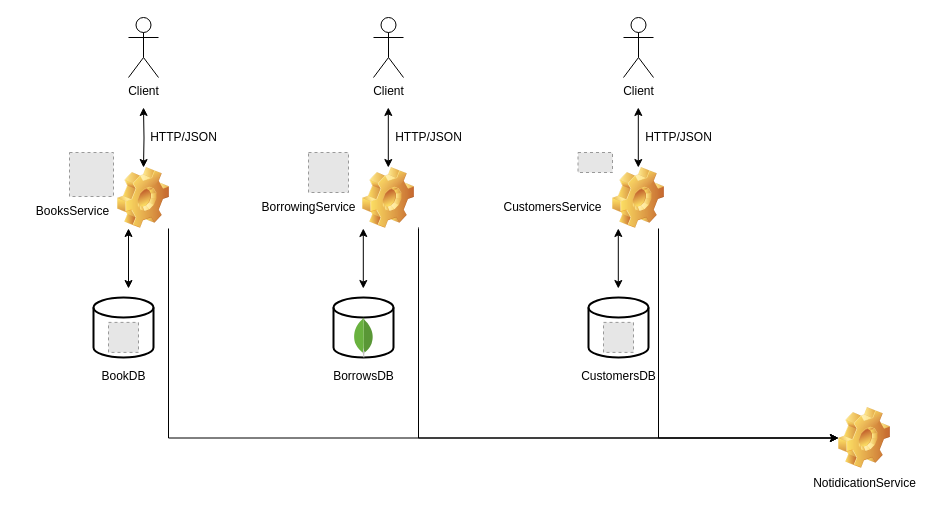
Before: architettura.drawio in pabalaba/ITS_ICT_Microservices, a draw.io diagram. Source tidied: cells renumbered, new cells numbered last; positions are measured from the earlier drawing's top-left corner, leaving out a move shared by most shapes. Both pictures are drawn from the tidied source at 100%, with x=0, y=0 at pixel (22, 17). Pictures stored in the file or linked from it are replaced by grey dashed boxes.
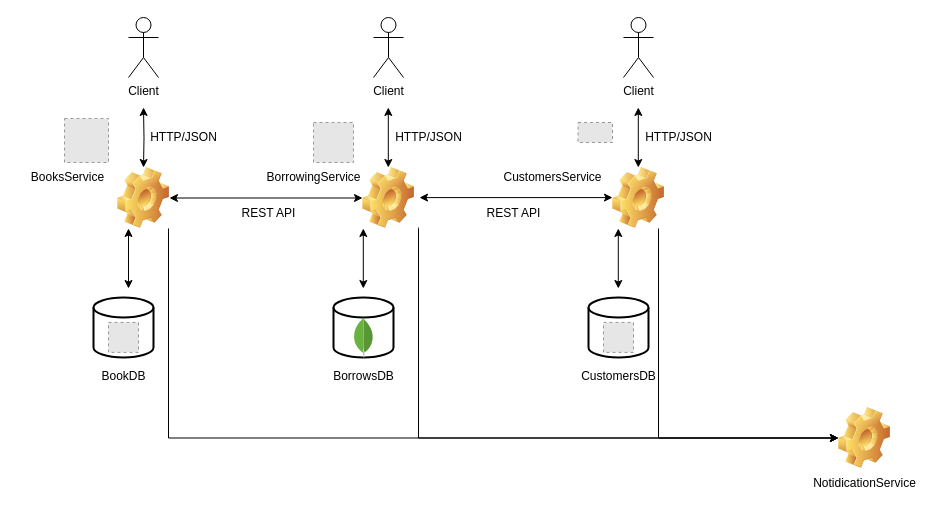
Above is the later version.

Commit message:
Added REST API communication

Unchanged cells that the change refers to:
```xml
<mxCell id="7" style="shape=image;html=1;verticalLabelPosition=bottom;verticalAlign=top;imageAspect=1;image=img/clipart/Gear_128x128.png;" parent="1" vertex="1">
  <mxGeometry x="95" y="150" width="52" height="61" as="geometry" />
</mxCell>
<mxCell id="8" style="shape=image;html=1;verticalLabelPosition=bottom;verticalAlign=top;imageAspect=1;image=img/clipart/Gear_128x128.png;" parent="1" vertex="1">
  <mxGeometry x="340" y="150" width="52" height="61" as="geometry" />
</mxCell>
```

Change to the diagram source:
```diff
@@
+    <mxCell id="37" style="edgeStyle=orthogonalEdgeStyle;rounded=0;jettySize=auto;html=1;entryX=0;entryY=0.5;entryDx=0;entryDy=0;startArrow=classic;startFill=1;" parent="1" edge="1" source="7" target="8">
+      <mxGeometry relative="1" as="geometry" />
+    </mxCell>
@@
     <mxCell id="26" style="fillColor=#E6E6E6;strokeColor=#999999;dashed=1;html=1;verticalAlign=top;verticalLabelPosition=bottom;labelBackgroundColor=#ffffff;" parent="1" vertex="1">
-      <mxGeometry x="47" y="135" width="44" height="44" as="geometry" />
+      <mxGeometry x="42" y="101" width="44" height="44" as="geometry" />
     </mxCell>
     <mxCell id="27" style="fillColor=#E6E6E6;strokeColor=#999999;dashed=1;verticalLabelPosition=bottom;labelBackgroundColor=default;verticalAlign=top;" parent="1" vertex="1">
-      <mxGeometry x="286" y="135" width="40" height="40" as="geometry" />
+      <mxGeometry x="291" y="105" width="40" height="40" as="geometry" />
     </mxCell>
     <mxCell id="28" style="fillColor=#E6E6E6;strokeColor=#999999;dashed=1;verticalLabelPosition=bottom;labelBackgroundColor=default;verticalAlign=top;" parent="1" vertex="1">
-      <mxGeometry x="555.5" y="135" width="34.5" height="20" as="geometry" />
+      <mxGeometry x="555.5" y="105" width="34.5" height="20" as="geometry" />
     </mxCell>
@@
     <mxCell id="31" value="BooksService" style="text;html=1;align=center;verticalAlign=middle;strokeColor=none;fillColor=none;" parent="1" vertex="1">
-      <mxGeometry y="179" width="100" height="30" as="geometry" />
+      <mxGeometry x="-5" y="145" width="100" height="30" as="geometry" />
     </mxCell>
     <mxCell id="32" value="BorrowingService" style="text;html=1;align=center;verticalAlign=middle;strokeColor=none;fillColor=none;" parent="1" vertex="1">
-      <mxGeometry x="226" y="175" width="120" height="30" as="geometry" />
+      <mxGeometry x="231" y="145" width="120" height="30" as="geometry" />
     </mxCell>
     <mxCell id="33" value="CustomersService" style="text;html=1;align=center;verticalAlign=middle;strokeColor=none;fillColor=none;" parent="1" vertex="1">
-      <mxGeometry x="470" y="175" width="120" height="30" as="geometry" />
+      <mxGeometry x="470" y="145" width="120" height="30" as="geometry" />
     </mxCell>
@@
+    <mxCell id="38" style="edgeStyle=orthogonalEdgeStyle;rounded=0;orthogonalLoop=1;jettySize=auto;html=1;entryX=0;entryY=0.5;entryDx=0;entryDy=0;startArrow=classic;startFill=1;" parent="1" edge="1">
+      <mxGeometry relative="1" as="geometry">
+        <mxPoint x="397" y="180.1" as="sourcePoint" />
+        <mxPoint x="590" y="180.1" as="targetPoint" />
+      </mxGeometry>
+    </mxCell>
+    <mxCell id="39" value="REST API" style="text;html=1;align=center;verticalAlign=middle;strokeColor=none;fillColor=none;" parent="1" vertex="1">
+      <mxGeometry x="206" y="181" width="80" height="30" as="geometry" />
+    </mxCell>
+    <mxCell id="40" value="REST API" style="text;html=1;align=center;verticalAlign=middle;strokeColor=none;fillColor=none;" parent="1" vertex="1">
+      <mxGeometry x="451" y="181" width="80" height="30" as="geometry" />
+    </mxCell>
```
